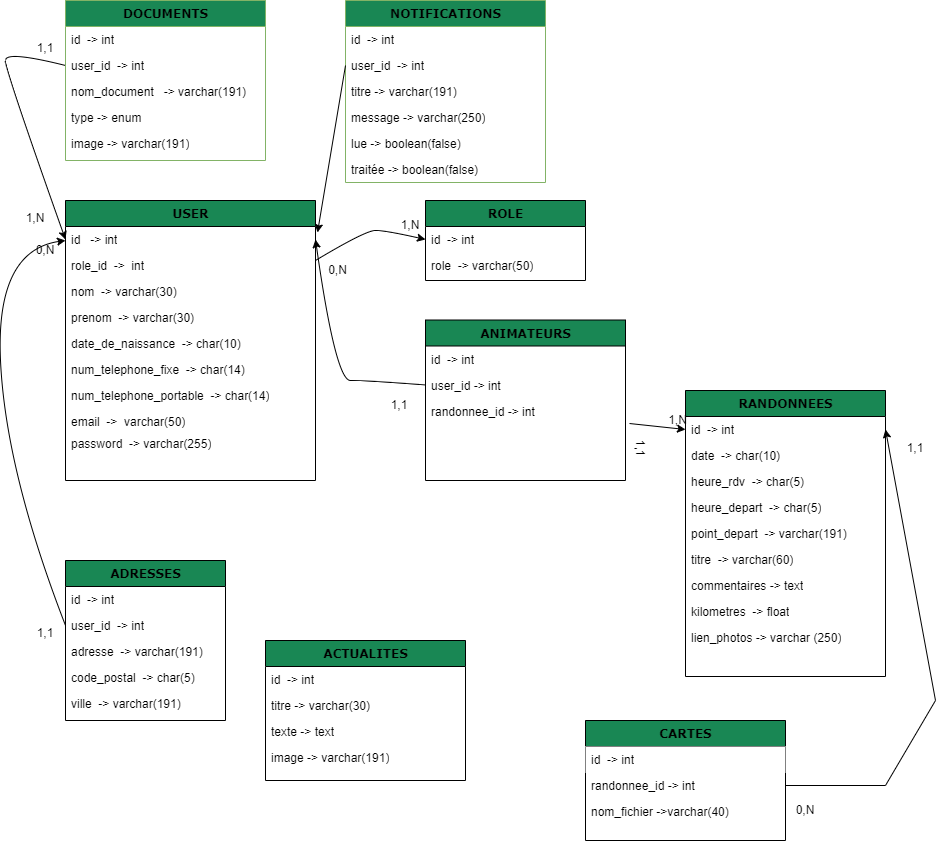
Chanias/les_randonneurs_du_maraisV2 keeps this draw.io diagram as schema_bdd_randonneur.drawio.png. Above is the earlier version. Source tidied: cells renumbered, new cells last; positions are measured from the earlier drawing's top-left corner, leaving out a move shared by most shapes.
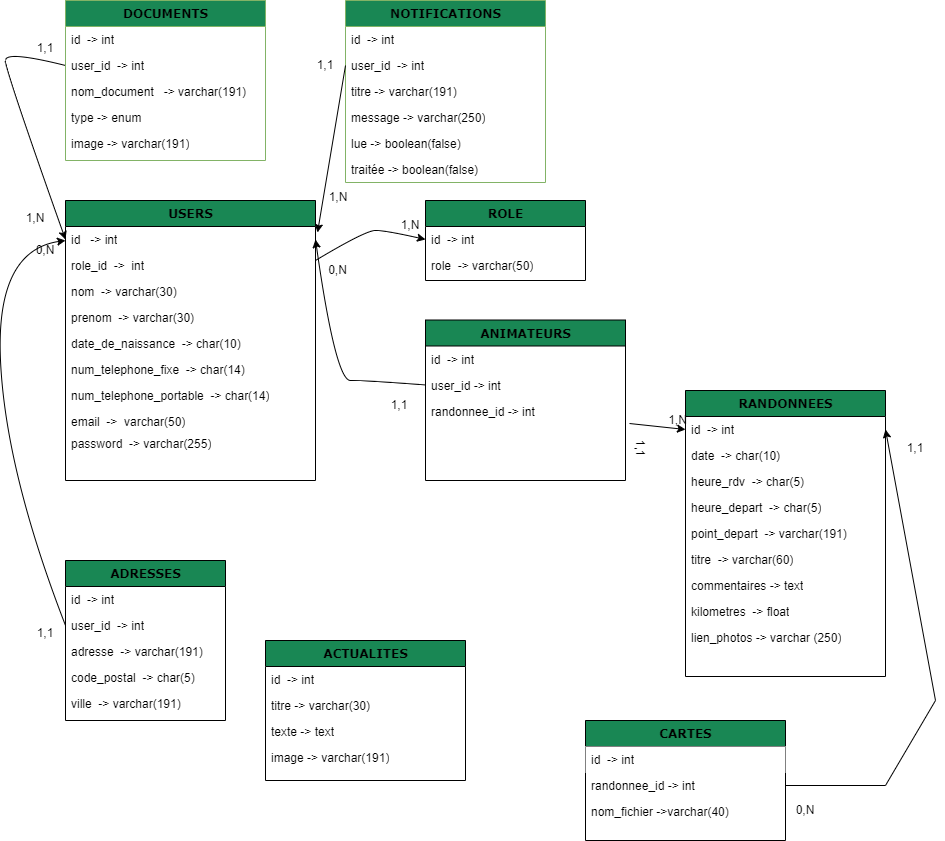
The same file after the commit.

The edit, as a diff of the source:
```diff
@@ -2,7 +2,7 @@
   <root>
     <mxCell id="0" />
     <mxCell id="1" parent="0" />
-    <mxCell id="2" value="USER" style="swimlane;html=1;fontStyle=1;align=center;verticalAlign=top;horizontal=1;startSize=26;swimlaneFillColor=#ffffff;rounded=0;shadow=0;comic=0;labelBackgroundColor=none;strokeWidth=1;fillColor=#198754;fontFamily=Verdana;fontSize=12;" parent="1" vertex="1">
+    <mxCell id="2" value="USERS" style="swimlane;html=1;fontStyle=1;align=center;verticalAlign=top;horizontal=1;startSize=26;swimlaneFillColor=#ffffff;rounded=0;shadow=0;comic=0;labelBackgroundColor=none;strokeWidth=1;fillColor=#198754;fontFamily=Verdana;fontSize=12;" parent="1" vertex="1">
       <mxGeometry x="70" y="200" width="250" height="280" as="geometry" />
     </mxCell>
     <mxCell id="3" value="id&amp;nbsp; &amp;nbsp;-&amp;gt; int" style="text;html=1;strokeColor=none;fillColor=none;align=left;verticalAlign=top;spacingLeft=4;spacingRight=4;whiteSpace=wrap;overflow=hidden;points=[[0,0.5],[1,0.5]];portConstraint=eastwest;" parent="2" vertex="1">
@@ -248,5 +248,11 @@
     <mxCell id="74" style="endArrow=classic;html=1;rounded=0;exitX=0;exitY=0.5;exitDx=0;exitDy=0;entryX=1.008;entryY=0.231;entryDx=0;entryDy=0;entryPerimeter=0;" parent="1" edge="1" source="69" target="3">
       <mxGeometry relative="1" as="geometry" />
     </mxCell>
+    <mxCell id="75" value="1,1" style="text;html=1;strokeColor=none;fillColor=none;align=center;verticalAlign=middle;whiteSpace=wrap;rounded=0;" parent="1" vertex="1">
+      <mxGeometry x="300" y="50" width="60" height="30" as="geometry" />
+    </mxCell>
+    <mxCell id="76" value="1,N" style="text;html=1;strokeColor=none;fillColor=none;align=center;verticalAlign=middle;whiteSpace=wrap;rounded=0;" parent="1" vertex="1">
+      <mxGeometry x="312.5" y="182" width="60" height="30" as="geometry" />
+    </mxCell>
   </root>
 </mxGraphModel>
```
